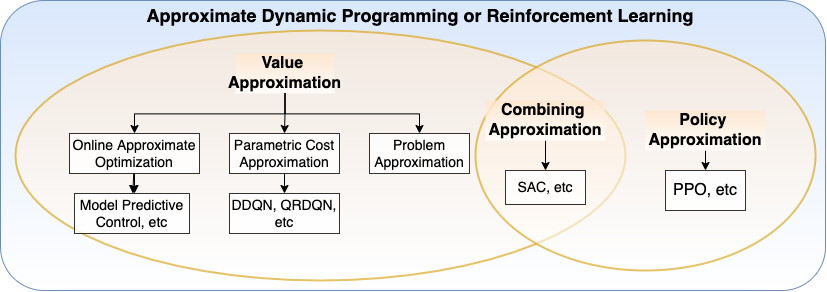
The draw.io diagram resources/notes/approximate-dp.png in YangyangFu/mpc-drl-tl, before a commit. Source tidied: cells renumbered, new cells last; positions are measured from the earlier drawing's top-left corner, leaving out a move shared by most shapes. Its diagram source:
```xml
<mxGraphModel>
  <root>
    <mxCell id="0" />
    <mxCell id="1" parent="0" />
    <mxCell id="2" style="rounded=1;whiteSpace=wrap;html=1;fillColor=#dae8fc;strokeColor=#6c8ebf;gradientColor=#ffffff;" parent="1" vertex="1">
      <mxGeometry width="825" height="290" as="geometry" />
    </mxCell>
    <mxCell id="3" value="Approximate Dynamic Programming or Reinforcement Learning" style="text;html=1;align=center;verticalAlign=middle;whiteSpace=wrap;rounded=0;labelBorderColor=none;fontSize=18;fontStyle=1;" parent="1" vertex="1">
      <mxGeometry x="135" width="570" height="30" as="geometry" />
    </mxCell>
    <mxCell id="4" style="ellipse;whiteSpace=wrap;html=1;labelBorderColor=none;fontSize=16;fillColor=#ffe6cc;strokeColor=#d79b00;gradientColor=#ffffff;opacity=60;strokeWidth=2;" parent="1" vertex="1">
      <mxGeometry x="15" y="30" width="610" height="250" as="geometry" />
    </mxCell>
    <mxCell id="5" style="ellipse;whiteSpace=wrap;html=1;labelBorderColor=none;fontSize=16;fillColor=#ffe6cc;strokeColor=#d79b00;gradientColor=#ffffff;opacity=60;strokeWidth=2;" parent="1" vertex="1">
      <mxGeometry x="475" y="40" width="340" height="230" as="geometry" />
    </mxCell>
    <mxCell id="6" style="edgeStyle=none;html=1;fontSize=16;" parent="1" edge="1" source="7" target="20">
      <mxGeometry relative="1" as="geometry" />
    </mxCell>
    <mxCell id="7" value="Policy&amp;nbsp; Approximation" style="text;html=1;strokeColor=none;fillColor=#ffe6cc;align=center;verticalAlign=middle;whiteSpace=wrap;rounded=0;labelBorderColor=none;fontSize=16;opacity=80;fontStyle=1;gradientColor=#ffffff;" parent="1" vertex="1">
      <mxGeometry x="645" y="110" width="120" height="40" as="geometry" />
    </mxCell>
    <mxCell id="8" value="Value&amp;nbsp; Approximation" style="whiteSpace=wrap;html=1;labelBorderColor=none;fontSize=16;opacity=80;fillColor=#ffe6cc;strokeColor=none;fontStyle=1;gradientColor=#ffffff;" parent="1" vertex="1">
      <mxGeometry x="235" y="53" width="99" height="40" as="geometry" />
    </mxCell>
    <mxCell id="9" style="edgeStyle=none;html=1;fontSize=14;" parent="1" edge="1" source="11">
      <mxGeometry relative="1" as="geometry">
        <mxPoint x="134" y="193" as="targetPoint" />
      </mxGeometry>
    </mxCell>
    <mxCell id="10" style="edgeStyle=none;html=1;fontSize=14;" parent="1" edge="1" source="11" target="18">
      <mxGeometry relative="1" as="geometry" />
    </mxCell>
    <mxCell id="11" value="Online Approximate Optimization" style="whiteSpace=wrap;html=1;labelBorderColor=none;fontSize=14;gradientColor=#ffffff;opacity=80;" parent="1" vertex="1">
      <mxGeometry x="69" y="133" width="130" height="40" as="geometry" />
    </mxCell>
    <mxCell id="12" style="edgeStyle=elbowEdgeStyle;elbow=vertical;html=1;rounded=0;fontSize=14;" parent="1" edge="1" source="8" target="11">
      <mxGeometry relative="1" as="geometry" />
    </mxCell>
    <mxCell id="13" style="edgeStyle=none;html=1;fontSize=16;" parent="1" edge="1" source="14" target="19">
      <mxGeometry relative="1" as="geometry" />
    </mxCell>
    <mxCell id="14" value="Parametric Cost Approximation" style="whiteSpace=wrap;html=1;labelBorderColor=none;fontSize=14;gradientColor=#ffffff;opacity=80;" parent="1" vertex="1">
      <mxGeometry x="229" y="133" width="110" height="40" as="geometry" />
    </mxCell>
    <mxCell id="15" style="edgeStyle=elbowEdgeStyle;elbow=vertical;html=1;rounded=0;fontSize=14;" parent="1" edge="1" source="8" target="14">
      <mxGeometry relative="1" as="geometry" />
    </mxCell>
    <mxCell id="16" value="Problem Approximation" style="whiteSpace=wrap;html=1;labelBorderColor=none;fontSize=14;gradientColor=#ffffff;opacity=80;" parent="1" vertex="1">
      <mxGeometry x="369" y="133" width="100" height="40" as="geometry" />
    </mxCell>
    <mxCell id="17" style="edgeStyle=elbowEdgeStyle;elbow=vertical;html=1;rounded=0;fontSize=14;entryX=0.5;entryY=0;entryDx=0;entryDy=0;exitX=0.5;exitY=1;exitDx=0;exitDy=0;" parent="1" edge="1" source="8" target="16">
      <mxGeometry relative="1" as="geometry" />
    </mxCell>
    <mxCell id="18" value="Model Predictive Control, etc" style="whiteSpace=wrap;html=1;fontSize=14;labelBorderColor=none;gradientColor=#ffffff;opacity=80;" parent="1" vertex="1">
      <mxGeometry x="74" y="193" width="115" height="40" as="geometry" />
    </mxCell>
    <mxCell id="19" value="DDQN, QRDQN, etc" style="whiteSpace=wrap;html=1;fontSize=14;labelBorderColor=none;gradientColor=#ffffff;opacity=80;" parent="1" vertex="1">
      <mxGeometry x="229" y="193" width="110" height="40" as="geometry" />
    </mxCell>
    <mxCell id="20" value="PPO, etc" style="whiteSpace=wrap;html=1;labelBorderColor=none;fontSize=16;strokeColor=#000000;gradientColor=#ffffff;opacity=80;" parent="1" vertex="1">
      <mxGeometry x="665" y="170" width="80" height="40" as="geometry" />
    </mxCell>
    <mxCell id="21" value="SAC, etc" style="whiteSpace=wrap;html=1;fontSize=14;labelBorderColor=none;gradientColor=#ffffff;opacity=80;" parent="1" vertex="1">
      <mxGeometry x="505" y="170" width="80" height="34" as="geometry" />
    </mxCell>
    <mxCell id="22" style="edgeStyle=none;html=1;exitX=0.5;exitY=1;exitDx=0;exitDy=0;entryX=0.5;entryY=0;entryDx=0;entryDy=0;fontSize=18;" parent="1" edge="1" source="23" target="21">
      <mxGeometry relative="1" as="geometry" />
    </mxCell>
    <mxCell id="23" value="Combining&amp;nbsp; Approximation" style="text;html=1;strokeColor=none;fillColor=#ffe6cc;align=center;verticalAlign=middle;whiteSpace=wrap;rounded=0;labelBorderColor=none;fontSize=16;opacity=80;fontStyle=1;gradientColor=#ffffff;" parent="1" vertex="1">
      <mxGeometry x="485" y="100" width="120" height="40" as="geometry" />
    </mxCell>
  </root>
</mxGraphModel>
```
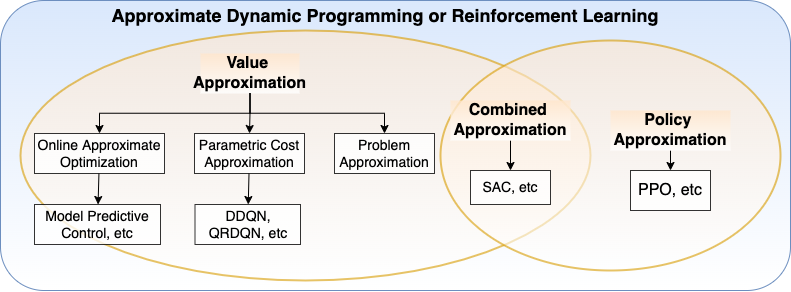
After the change.

Diff of the diagram source:
```diff
@@ -3,13 +3,13 @@
     <mxCell id="0" />
     <mxCell id="1" parent="0" />
     <mxCell id="2" style="rounded=1;whiteSpace=wrap;html=1;fillColor=#dae8fc;strokeColor=#6c8ebf;gradientColor=#ffffff;" parent="1" vertex="1">
-      <mxGeometry width="825" height="290" as="geometry" />
+      <mxGeometry x="35" width="790" height="290" as="geometry" />
     </mxCell>
     <mxCell id="3" value="Approximate Dynamic Programming or Reinforcement Learning" style="text;html=1;align=center;verticalAlign=middle;whiteSpace=wrap;rounded=0;labelBorderColor=none;fontSize=18;fontStyle=1;" parent="1" vertex="1">
       <mxGeometry x="135" width="570" height="30" as="geometry" />
     </mxCell>
     <mxCell id="4" style="ellipse;whiteSpace=wrap;html=1;labelBorderColor=none;fontSize=16;fillColor=#ffe6cc;strokeColor=#d79b00;gradientColor=#ffffff;opacity=60;strokeWidth=2;" parent="1" vertex="1">
-      <mxGeometry x="15" y="30" width="610" height="250" as="geometry" />
+      <mxGeometry x="55" y="30" width="570" height="250" as="geometry" />
     </mxCell>
     <mxCell id="5" style="ellipse;whiteSpace=wrap;html=1;labelBorderColor=none;fontSize=16;fillColor=#ffe6cc;strokeColor=#d79b00;gradientColor=#ffffff;opacity=60;strokeWidth=2;" parent="1" vertex="1">
       <mxGeometry x="475" y="40" width="340" height="230" as="geometry" />
@@ -23,11 +23,6 @@
     <mxCell id="8" value="Value&amp;nbsp; Approximation" style="whiteSpace=wrap;html=1;labelBorderColor=none;fontSize=16;opacity=80;fillColor=#ffe6cc;strokeColor=none;fontStyle=1;gradientColor=#ffffff;" parent="1" vertex="1">
       <mxGeometry x="235" y="53" width="99" height="40" as="geometry" />
     </mxCell>
-    <mxCell id="9" style="edgeStyle=none;html=1;fontSize=14;" parent="1" edge="1" source="11">
-      <mxGeometry relative="1" as="geometry">
-        <mxPoint x="134" y="193" as="targetPoint" />
-      </mxGeometry>
-    </mxCell>
     <mxCell id="10" style="edgeStyle=none;html=1;fontSize=14;" parent="1" edge="1" source="11" target="18">
       <mxGeometry relative="1" as="geometry" />
     </mxCell>
@@ -53,10 +48,10 @@
       <mxGeometry relative="1" as="geometry" />
     </mxCell>
     <mxCell id="18" value="Model Predictive Control, etc" style="whiteSpace=wrap;html=1;fontSize=14;labelBorderColor=none;gradientColor=#ffffff;opacity=80;" parent="1" vertex="1">
-      <mxGeometry x="74" y="193" width="115" height="40" as="geometry" />
+      <mxGeometry x="69" y="204" width="126" height="40" as="geometry" />
     </mxCell>
     <mxCell id="19" value="DDQN, QRDQN, etc" style="whiteSpace=wrap;html=1;fontSize=14;labelBorderColor=none;gradientColor=#ffffff;opacity=80;" parent="1" vertex="1">
-      <mxGeometry x="229" y="193" width="110" height="40" as="geometry" />
+      <mxGeometry x="229.5" y="204" width="105.5" height="40" as="geometry" />
     </mxCell>
     <mxCell id="20" value="PPO, etc" style="whiteSpace=wrap;html=1;labelBorderColor=none;fontSize=16;strokeColor=#000000;gradientColor=#ffffff;opacity=80;" parent="1" vertex="1">
       <mxGeometry x="665" y="170" width="80" height="40" as="geometry" />
@@ -67,7 +62,7 @@
     <mxCell id="22" style="edgeStyle=none;html=1;exitX=0.5;exitY=1;exitDx=0;exitDy=0;entryX=0.5;entryY=0;entryDx=0;entryDy=0;fontSize=18;" parent="1" edge="1" source="23" target="21">
       <mxGeometry relative="1" as="geometry" />
     </mxCell>
-    <mxCell id="23" value="Combining&amp;nbsp; Approximation" style="text;html=1;strokeColor=none;fillColor=#ffe6cc;align=center;verticalAlign=middle;whiteSpace=wrap;rounded=0;labelBorderColor=none;fontSize=16;opacity=80;fontStyle=1;gradientColor=#ffffff;" parent="1" vertex="1">
+    <mxCell id="23" value="Combined&amp;nbsp; Approximation" style="text;html=1;strokeColor=none;fillColor=#ffe6cc;align=center;verticalAlign=middle;whiteSpace=wrap;rounded=0;labelBorderColor=none;fontSize=16;opacity=80;fontStyle=1;gradientColor=#ffffff;" parent="1" vertex="1">
       <mxGeometry x="485" y="100" width="120" height="40" as="geometry" />
     </mxCell>
   </root>
```
